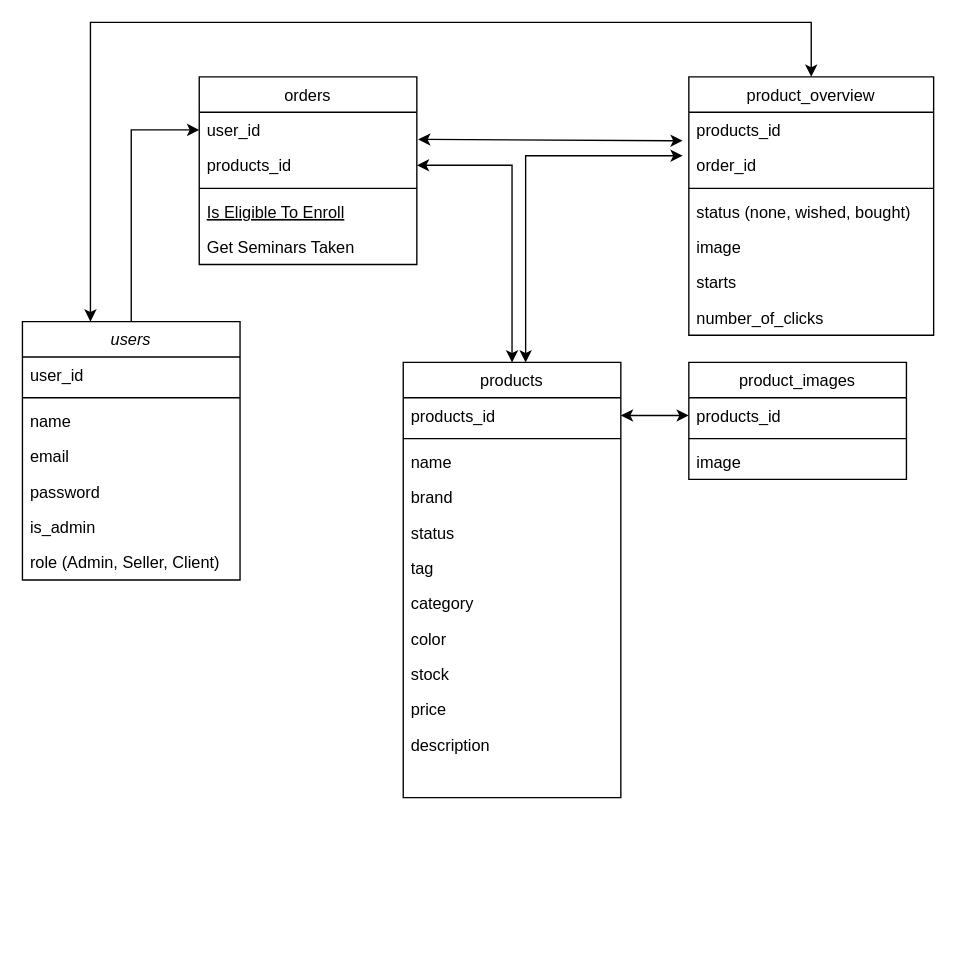
The draw.io diagram Untitled Diagram.drawio in code-a11ly/Draw.io, before the edit. Source tidied: cells renumbered, new cells numbered last; positions are measured from the earlier drawing's top-left corner, leaving out a move shared by most shapes. Both pictures are drawn from the tidied source at 136%, with x=0, y=0 at pixel (22, 22).
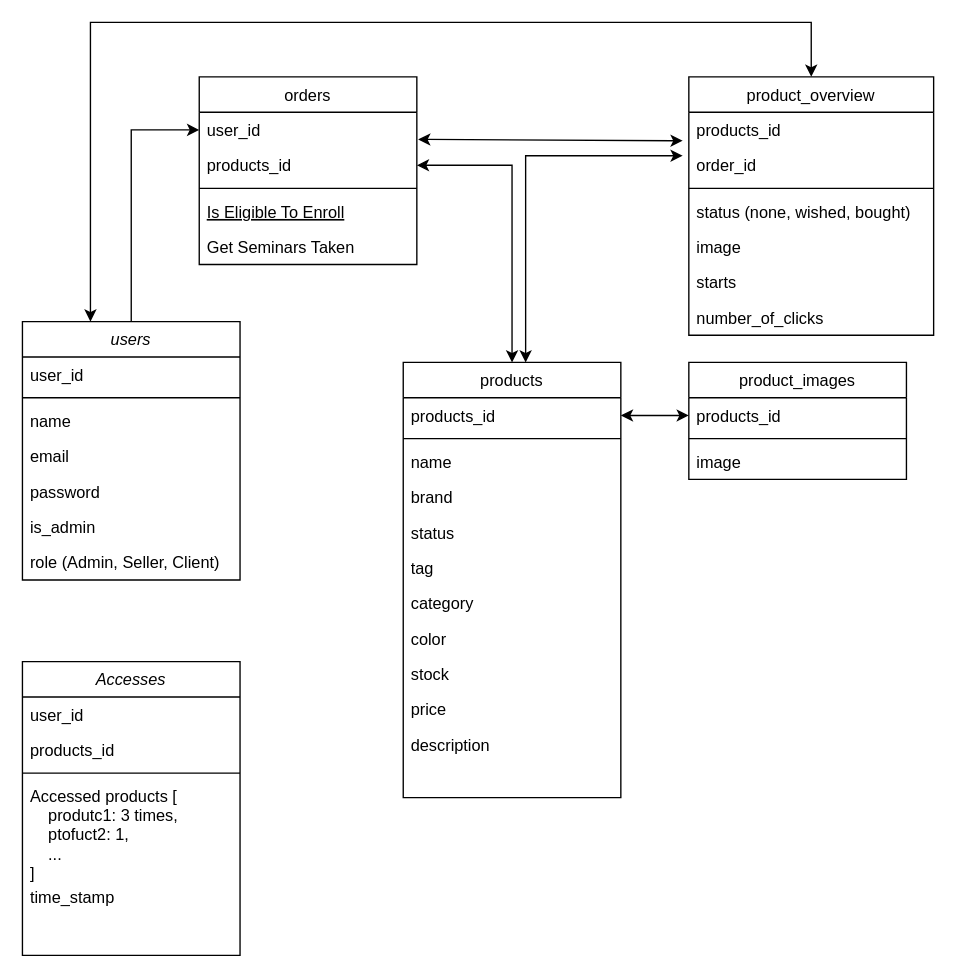
Above is the later version.

Diff of the diagram source:
```diff
@@
+    <mxCell id="46" value="Accesses" style="swimlane;fontStyle=2;align=center;verticalAlign=top;horizontal=1;startSize=26;rounded=0;shadow=0;strokeWidth=1;" parent="1" vertex="1">
+      <mxGeometry y="470" width="160" height="216" as="geometry" />
+    </mxCell>
+    <mxCell id="47" value="user_id" style="text;align=left;verticalAlign=top;spacingLeft=4;spacingRight=4;overflow=hidden;" parent="46" vertex="1">
+      <mxGeometry y="26" width="160" height="26" as="geometry" />
+    </mxCell>
+    <mxCell id="48" value="products_id" style="text;align=left;verticalAlign=top;spacingLeft=4;spacingRight=4;overflow=hidden;rounded=0;shadow=0;html=0;" parent="46" vertex="1">
+      <mxGeometry y="52" width="160" height="26" as="geometry" />
+    </mxCell>
+    <mxCell id="49" style="line;html=1;strokeWidth=1;align=left;verticalAlign=middle;spacingTop=-1;spacingLeft=3;spacingRight=3;labelPosition=right;" parent="46" vertex="1">
+      <mxGeometry y="78" width="160" height="8" as="geometry" />
+    </mxCell>
+    <mxCell id="50" value="Accessed products [&#10;    produtc1: 3 times,&#10;    ptofuct2: 1,&#10;    ...&#10;]" style="text;align=left;verticalAlign=top;spacingLeft=4;spacingRight=4;overflow=hidden;" parent="46" vertex="1">
+      <mxGeometry y="86" width="160" height="74" as="geometry" />
+    </mxCell>
+    <mxCell id="51" value="time_stamp" style="text;align=left;verticalAlign=top;spacingLeft=4;spacingRight=4;overflow=hidden;" parent="46" vertex="1">
+      <mxGeometry y="160" width="160" height="26" as="geometry" />
+    </mxCell>
```
